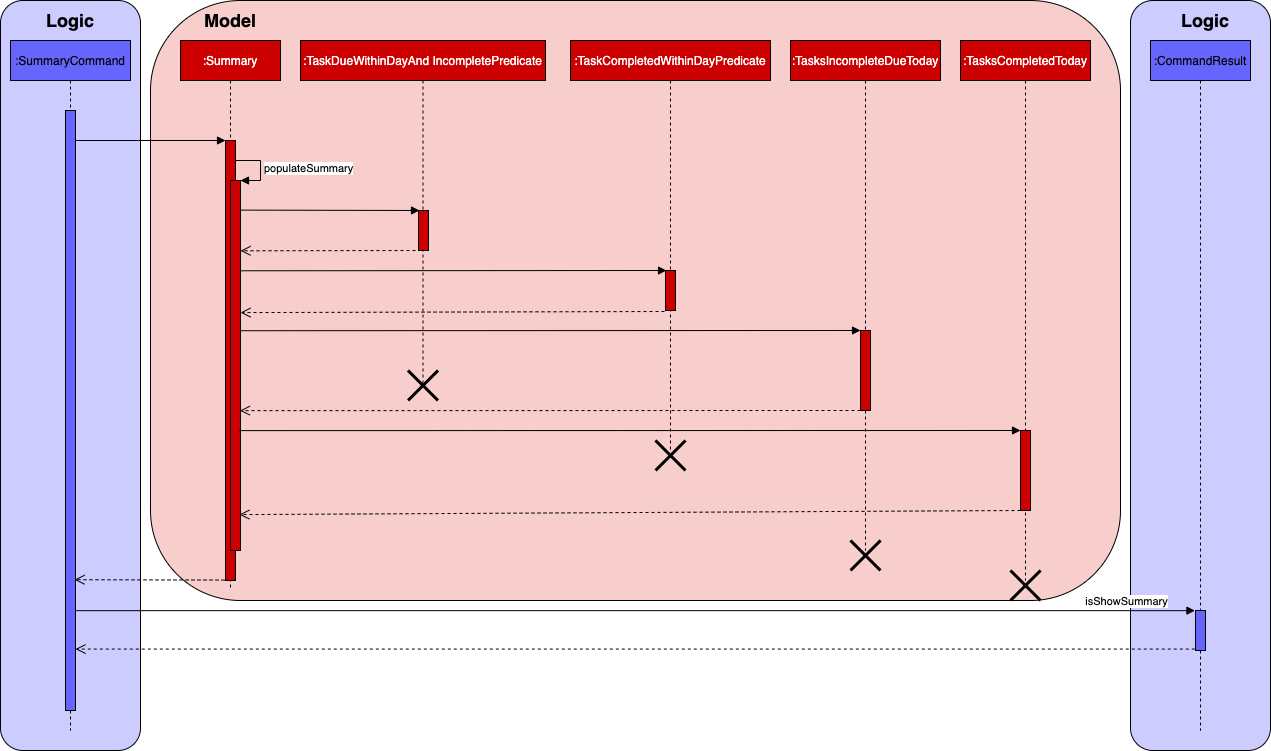
AY1920S2-CS2103-F09-2/main keeps this draw.io diagram as images/SummaryCommandSequenceDiagram.png. Above is the earlier version. Source tidied: cells renumbered, new cells last; positions are measured from the earlier drawing's top-left corner, leaving out a move shared by most shapes.
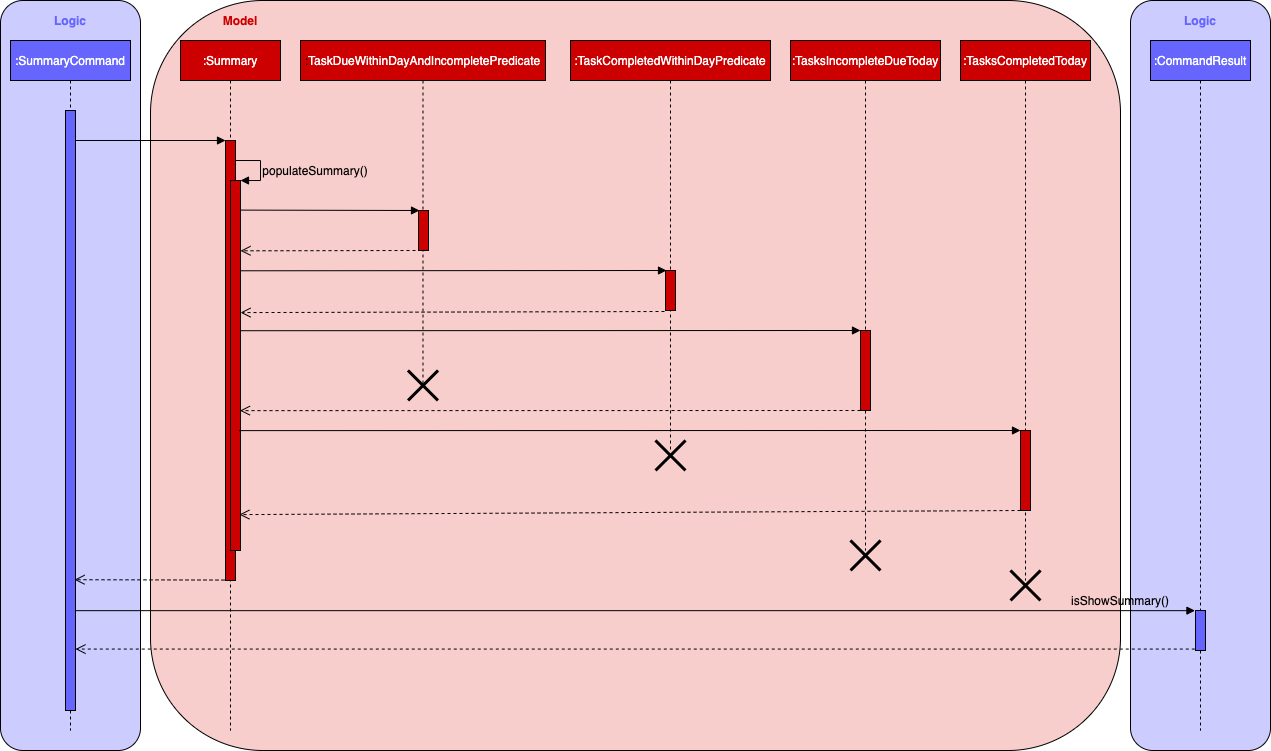
Above is the later version.

Diff of the diagram source:
```diff
@@ -6,19 +6,19 @@
       <mxGeometry x="1130" width="140" height="750" as="geometry" />
     </mxCell>
     <mxCell id="3" style="rounded=1;whiteSpace=wrap;html=1;fillColor=#F8CECC;" parent="1" vertex="1">
-      <mxGeometry x="150" width="970" height="600" as="geometry" />
+      <mxGeometry x="150" width="970" height="750" as="geometry" />
     </mxCell>
     <mxCell id="4" style="rounded=1;whiteSpace=wrap;html=1;fillColor=#CCCCFF;arcSize=16;" parent="1" vertex="1">
       <mxGeometry width="140" height="750" as="geometry" />
     </mxCell>
-    <mxCell id="5" value=":SummaryCommand" style="shape=umlLifeline;perimeter=lifelinePerimeter;whiteSpace=wrap;html=1;fillColor=#6666FF;" parent="1" vertex="1">
+    <mxCell id="5" value="&lt;font color=&quot;#ffffff&quot;&gt;:SummaryCommand&lt;/font&gt;" style="shape=umlLifeline;perimeter=lifelinePerimeter;whiteSpace=wrap;html=1;fillColor=#6666FF;" parent="1" vertex="1">
       <mxGeometry x="10" y="40" width="120" height="690" as="geometry" />
     </mxCell>
     <mxCell id="6" style="html=1;points=[];perimeter=orthogonalPerimeter;fillColor=#6666FF;" parent="5" vertex="1">
       <mxGeometry x="55" y="70" width="10" height="600" as="geometry" />
     </mxCell>
     <mxCell id="7" value="&lt;font color=&quot;#ffffff&quot;&gt;:Summary&lt;/font&gt;" style="shape=umlLifeline;perimeter=lifelinePerimeter;whiteSpace=wrap;html=1;fillColor=#CC0000;" parent="1" vertex="1">
-      <mxGeometry x="180" y="40" width="100" height="550" as="geometry" />
+      <mxGeometry x="180" y="40" width="100" height="690" as="geometry" />
     </mxCell>
     <mxCell id="8" style="html=1;points=[];perimeter=orthogonalPerimeter;fillColor=#CC0000;" parent="7" vertex="1">
       <mxGeometry x="45" y="100" width="10" height="440" as="geometry" />
@@ -26,7 +26,7 @@
     <mxCell id="9" style="html=1;points=[];perimeter=orthogonalPerimeter;fillColor=#CC0000;" parent="7" vertex="1">
       <mxGeometry x="50" y="140" width="10" height="370" as="geometry" />
     </mxCell>
-    <mxCell id="10" value="populateSummary" style="edgeStyle=orthogonalEdgeStyle;html=1;align=left;spacingLeft=2;endArrow=block;rounded=0;entryX=1;entryY=0;" parent="7" edge="1" target="9">
+    <mxCell id="10" style="edgeStyle=orthogonalEdgeStyle;html=1;align=left;spacingLeft=2;endArrow=block;rounded=0;entryX=1;entryY=0;" parent="7" edge="1" target="9">
       <mxGeometry relative="1" as="geometry">
         <mxPoint x="55" y="120" as="sourcePoint" />
         <Array as="points">
@@ -34,7 +34,7 @@
         </Array>
       </mxGeometry>
     </mxCell>
-    <mxCell id="11" value="&lt;font color=&quot;#ffffff&quot;&gt;:TaskDueWithinDayAnd IncompletePredicate&lt;/font&gt;" style="shape=umlLifeline;perimeter=lifelinePerimeter;whiteSpace=wrap;html=1;fillColor=#CC0000;" parent="1" vertex="1">
+    <mxCell id="11" value=":&lt;font color=&quot;#ffffff&quot;&gt;TaskDueWithinDayAndIncompletePredicate&lt;/font&gt;" style="shape=umlLifeline;perimeter=lifelinePerimeter;whiteSpace=wrap;html=1;fillColor=#CC0000;" parent="1" vertex="1">
       <mxGeometry x="300" y="40" width="245" height="345" as="geometry" />
     </mxCell>
     <mxCell id="12" style="html=1;points=[];perimeter=orthogonalPerimeter;fillColor=#CC0000;" parent="11" vertex="1">
@@ -67,7 +67,7 @@
     <mxCell id="21" style="shape=umlDestroy;whiteSpace=wrap;html=1;strokeWidth=3;" parent="19" vertex="1">
       <mxGeometry x="50" y="530" width="30" height="30" as="geometry" />
     </mxCell>
-    <mxCell id="22" value=":CommandResult" style="shape=umlLifeline;perimeter=lifelinePerimeter;whiteSpace=wrap;html=1;fillColor=#6666FF;" parent="1" vertex="1">
+    <mxCell id="22" value="&lt;font color=&quot;#ffffff&quot;&gt;:CommandResult&lt;/font&gt;" style="shape=umlLifeline;perimeter=lifelinePerimeter;whiteSpace=wrap;html=1;fillColor=#6666FF;" parent="1" vertex="1">
       <mxGeometry x="1150" y="40" width="100" height="690" as="geometry" />
     </mxCell>
     <mxCell id="23" style="html=1;points=[];perimeter=orthogonalPerimeter;fillColor=#6666FF;" parent="22" vertex="1">
@@ -111,23 +111,29 @@
     <mxCell id="33" style="html=1;verticalAlign=bottom;endArrow=open;dashed=1;endSize=8;exitX=-0.1;exitY=0.999;exitDx=0;exitDy=0;exitPerimeter=0;entryX=0.9;entryY=0.782;entryDx=0;entryDy=0;entryPerimeter=0;" parent="1" edge="1" source="8" target="6">
       <mxGeometry relative="1" as="geometry" />
     </mxCell>
-    <mxCell id="34" value="isShowSummary" style="html=1;verticalAlign=bottom;endArrow=block;entryX=-0.054;entryY=0.004;entryDx=0;entryDy=0;entryPerimeter=0;" parent="1" edge="1" source="6" target="23">
+    <mxCell id="34" style="html=1;verticalAlign=bottom;endArrow=block;entryX=-0.054;entryY=0.004;entryDx=0;entryDy=0;entryPerimeter=0;" parent="1" edge="1" source="6" target="23">
       <mxGeometry x="0.88" relative="1" as="geometry" />
     </mxCell>
     <mxCell id="35" style="html=1;verticalAlign=bottom;endArrow=open;dashed=1;endSize=8;exitX=-0.071;exitY=0.964;exitDx=0;exitDy=0;exitPerimeter=0;" parent="1" edge="1" source="23" target="6">
       <mxGeometry relative="1" as="geometry" />
     </mxCell>
-    <mxCell id="36" value="&lt;b&gt;&lt;font style=&quot;font-size: 18px&quot;&gt;Model&lt;/font&gt;&lt;/b&gt;" style="text;html=1;strokeColor=none;fillColor=none;align=center;verticalAlign=middle;whiteSpace=wrap;rounded=0;" parent="1" vertex="1">
-      <mxGeometry x="210" y="10" width="40" height="20" as="geometry" />
+    <mxCell id="36" value="&lt;b&gt;&lt;font style=&quot;font-size: 12px&quot; color=&quot;#cc0000&quot;&gt;Model&lt;/font&gt;&lt;/b&gt;" style="text;html=1;strokeColor=none;fillColor=none;align=center;verticalAlign=middle;whiteSpace=wrap;rounded=0;" parent="1" vertex="1">
+      <mxGeometry x="220" y="10" width="40" height="20" as="geometry" />
     </mxCell>
-    <mxCell id="37" value="&lt;b&gt;&lt;font style=&quot;font-size: 18px&quot;&gt;Logic&lt;/font&gt;&lt;/b&gt;" style="text;html=1;strokeColor=none;fillColor=none;align=center;verticalAlign=middle;whiteSpace=wrap;rounded=0;" parent="1" vertex="1">
+    <mxCell id="37" value="&lt;b&gt;&lt;font style=&quot;font-size: 12px&quot; color=&quot;#6666ff&quot;&gt;Logic&lt;/font&gt;&lt;/b&gt;" style="text;html=1;strokeColor=none;fillColor=none;align=center;verticalAlign=middle;whiteSpace=wrap;rounded=0;" parent="1" vertex="1">
       <mxGeometry x="50" y="10" width="40" height="20" as="geometry" />
     </mxCell>
-    <mxCell id="38" value="&lt;b&gt;&lt;font style=&quot;font-size: 18px&quot;&gt;Logic&lt;/font&gt;&lt;/b&gt;" style="text;html=1;strokeColor=none;fillColor=none;align=center;verticalAlign=middle;whiteSpace=wrap;rounded=0;" parent="1" vertex="1">
-      <mxGeometry x="1185" y="10" width="40" height="20" as="geometry" />
+    <mxCell id="38" value="&lt;b&gt;&lt;font style=&quot;font-size: 12px&quot; color=&quot;#6666ff&quot;&gt;Logic&lt;/font&gt;&lt;/b&gt;" style="text;html=1;strokeColor=none;fillColor=none;align=center;verticalAlign=middle;whiteSpace=wrap;rounded=0;" parent="1" vertex="1">
+      <mxGeometry x="1180" y="10" width="40" height="20" as="geometry" />
     </mxCell>
     <mxCell id="39" style="shape=umlDestroy;whiteSpace=wrap;html=1;strokeWidth=3;" parent="1" vertex="1">
       <mxGeometry x="655" y="440" width="30" height="30" as="geometry" />
     </mxCell>
+    <mxCell id="40" value="populateSummary()" style="text;html=1;strokeColor=none;fillColor=none;align=center;verticalAlign=middle;whiteSpace=wrap;rounded=0;" parent="1" vertex="1">
+      <mxGeometry x="295" y="160" width="40" height="20" as="geometry" />
+    </mxCell>
+    <mxCell id="41" value="isShowSummary()" style="text;html=1;strokeColor=none;fillColor=none;align=center;verticalAlign=middle;whiteSpace=wrap;rounded=0;" parent="1" vertex="1">
+      <mxGeometry x="1100" y="590" width="40" height="20" as="geometry" />
+    </mxCell>
   </root>
 </mxGraphModel>
```
